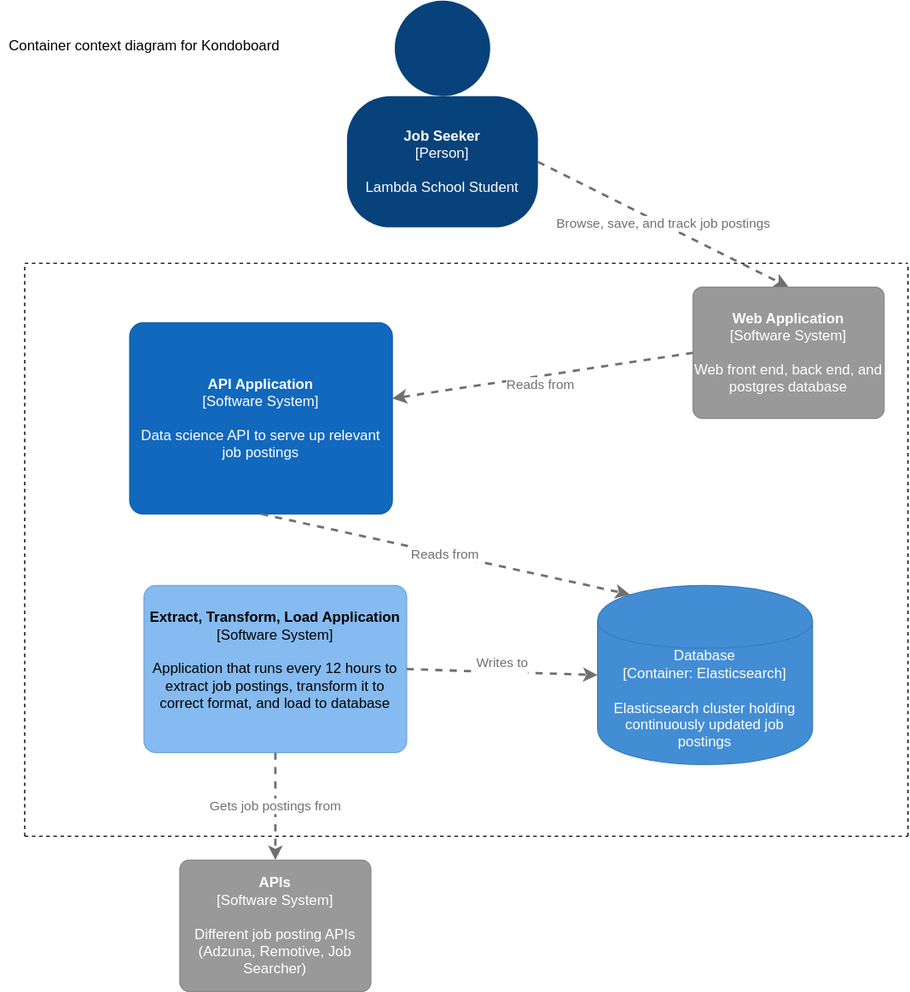
Above: diagrams/kondo_container.svg in BloomTech-Labs/kondoboard-ds (draw.io), before the change. Source tidied: cells renumbered, new cells last; positions are measured from the earlier drawing's top-left corner, leaving out a move shared by most shapes.
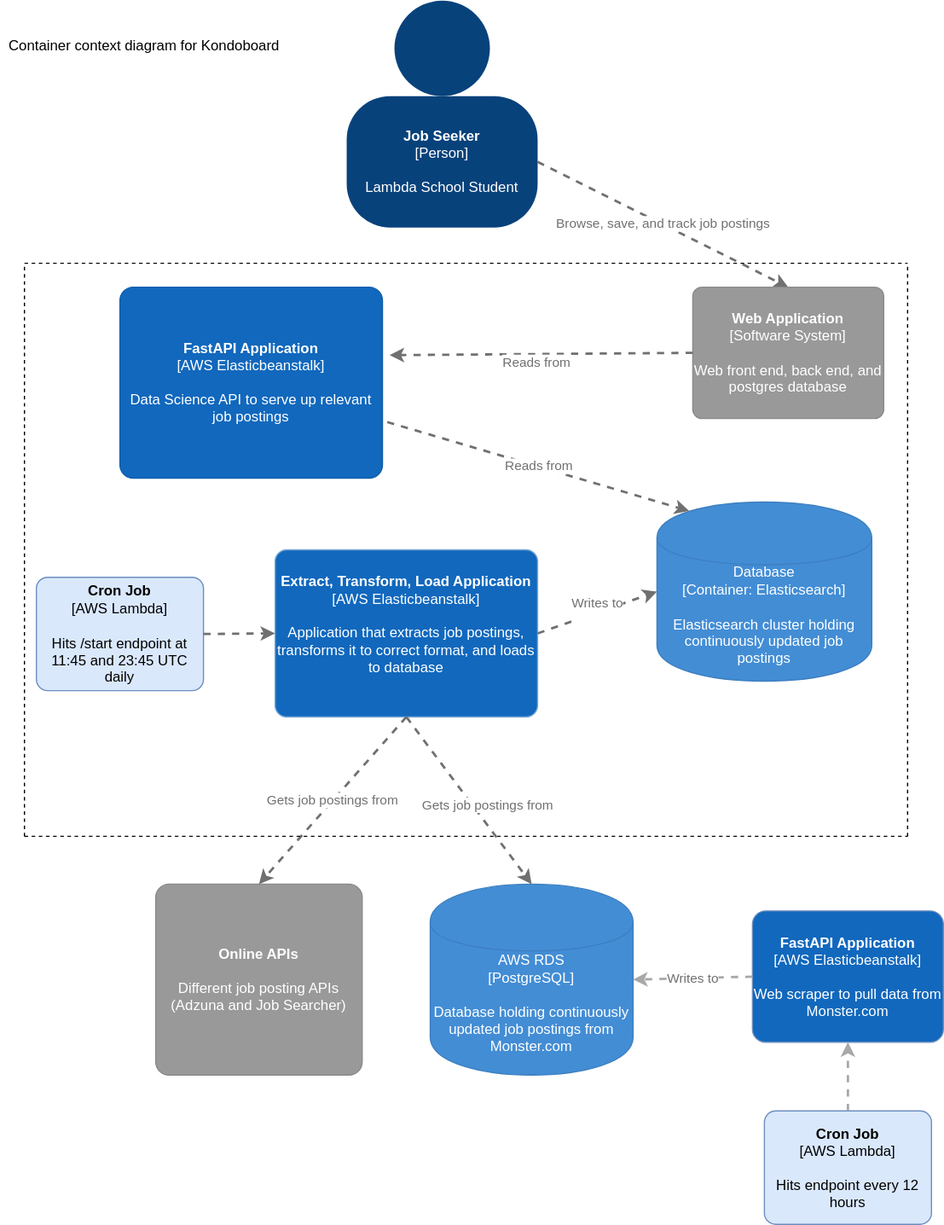
Above is the later version.

Commit message:
Updates diagrams to add cron jobs and monster scraper

Change to the diagram source:
```diff
@@ -21,33 +21,33 @@
         <mxGeometry x="580" y="240" width="160" height="110" as="geometry" />
       </mxCell>
     </object>
-    <mxCell id="7" value="&lt;div&gt;Reads from&lt;/div&gt;" style="edgeStyle=none;rounded=0;html=1;jettySize=auto;strokeColor=#707070;strokeWidth=2;fontColor=#707070;jumpStyle=none;dashed=1;exitX=0;exitY=0.5;exitDx=0;exitDy=0;" parent="1" edge="1" source="6" target="8">
+    <mxCell id="7" value="&lt;div&gt;Reads from&lt;/div&gt;" style="edgeStyle=none;rounded=0;html=1;jettySize=auto;strokeColor=#707070;strokeWidth=2;fontColor=#707070;jumpStyle=none;dashed=1;exitX=0;exitY=0.5;exitDx=0;exitDy=0;entryX=1.027;entryY=0.356;entryDx=0;entryDy=0;entryPerimeter=0;" parent="1" edge="1" source="6" target="8">
       <mxGeometry x="0.03" y="7" relative="1" as="geometry" />
     </mxCell>
-    <object id="8" label="&lt;b&gt;API Application&lt;br&gt;&lt;/b&gt;&lt;div&gt;[Software System]&lt;/div&gt;&lt;div&gt;&lt;br&gt;&lt;/div&gt;&lt;div&gt;Data science API to serve up relevant job postings&lt;br&gt;&lt;/div&gt;" c4Description="Description" c4Name="name" c4Type="SoftwareSystem" placeholders="1">
+    <object id="8" label="&lt;b&gt;FastAPI Application&lt;br&gt;&lt;/b&gt;&lt;div&gt;[AWS Elasticbeanstalk]&lt;/div&gt;&lt;div&gt;&lt;br&gt;&lt;/div&gt;&lt;div&gt;Data Science API to serve up relevant job postings&lt;br&gt;&lt;/div&gt;" c4Description="Description" c4Name="name" c4Type="SoftwareSystem" placeholders="1">
       <mxCell style="rounded=1;whiteSpace=wrap;html=1;labelBackgroundColor=none;fillColor=#1168bd;fontColor=#ffffff;align=center;arcSize=7;strokeColor=#0f5eaa;" parent="1" vertex="1">
-        <mxGeometry x="108" y="270" width="220" height="160" as="geometry" />
+        <mxGeometry x="100" y="240" width="220" height="160" as="geometry" />
       </mxCell>
     </object>
     <object id="9" label="&lt;span&gt;Database&lt;/span&gt;&lt;div&gt;[Container: Elasticsearch]&lt;/div&gt;&lt;div&gt;&lt;br&gt;&lt;/div&gt;Elasticsearch cluster holding continuously updated job postings" c4Description="Description" c4Technology="technology" c4Type="Database" placeholders="1">
       <mxCell style="shape=cylinder;whiteSpace=wrap;html=1;boundedLbl=1;rounded=0;labelBackgroundColor=none;fillColor=#438dd5;fontSize=12;fontColor=#ffffff;align=center;strokeColor=#3c7fc0;" parent="1" vertex="1">
-        <mxGeometry x="500" y="490" width="180" height="150" as="geometry" />
+        <mxGeometry x="550" y="420" width="180" height="150" as="geometry" />
       </mxCell>
     </object>
-    <mxCell id="10" value="&lt;div style=&quot;text-align: left&quot;&gt;&lt;div style=&quot;text-align: center&quot;&gt;Reads from&lt;/div&gt;&lt;/div&gt;" style="edgeStyle=none;rounded=0;html=1;entryX=0.15;entryY=0.05;jettySize=auto;strokeColor=#707070;strokeWidth=2;fontColor=#707070;jumpStyle=none;dashed=1;entryDx=0;entryDy=0;entryPerimeter=0;exitX=0.5;exitY=1;exitDx=0;exitDy=0;" parent="1" edge="1" source="8" target="9">
+    <mxCell id="10" value="&lt;div style=&quot;text-align: left&quot;&gt;&lt;div style=&quot;text-align: center&quot;&gt;Reads from&lt;/div&gt;&lt;/div&gt;" style="edgeStyle=none;rounded=0;html=1;entryX=0.15;entryY=0.05;jettySize=auto;strokeColor=#707070;strokeWidth=2;fontColor=#707070;jumpStyle=none;dashed=1;entryDx=0;entryDy=0;entryPerimeter=0;exitX=1.018;exitY=0.706;exitDx=0;exitDy=0;exitPerimeter=0;" parent="1" edge="1" source="8" target="9">
       <mxGeometry relative="1" as="geometry" />
     </mxCell>
-    <object id="11" label="&lt;div&gt;&lt;span&gt;&lt;b&gt;Extract, Transform, Load Application&lt;/b&gt;&lt;/span&gt;&lt;/div&gt;&lt;div&gt;&lt;span&gt;&lt;/span&gt;&lt;/div&gt;&lt;div&gt;[Software System]&lt;span&gt;&lt;/span&gt;&lt;span&gt;&lt;/span&gt;&lt;/div&gt;&lt;div&gt;&lt;br&gt;&lt;/div&gt;&lt;div&gt;Application that runs every 12 hours to extract job postings, transform it to correct format, and load to database&lt;br&gt;&lt;/div&gt;&lt;div&gt;&lt;br&gt;&lt;/div&gt;" c4Description="Description" c4Name="name" c4Technology="technology" c4Type="Component" placeholders="1">
-      <mxCell style="rounded=1;whiteSpace=wrap;html=1;labelBackgroundColor=none;fillColor=#85bbf0;fontColor=#000000;align=center;arcSize=7;strokeColor=#78a8d8;" parent="1" vertex="1">
-        <mxGeometry x="120" y="490" width="220" height="140" as="geometry" />
+    <object id="11" label="&lt;div&gt;&lt;font color=&quot;#FFFFFF&quot;&gt;&lt;span&gt;&lt;b&gt;Extract, Transform, Load Application&lt;/b&gt;&lt;/span&gt;&lt;/font&gt;&lt;/div&gt;&lt;div&gt;&lt;font color=&quot;#FFFFFF&quot;&gt;&lt;span&gt;&lt;/span&gt;&lt;/font&gt;&lt;/div&gt;&lt;div&gt;&lt;font color=&quot;#FFFFFF&quot;&gt;[AWS Elasticbeanstalk]&lt;span&gt;&lt;/span&gt;&lt;span&gt;&lt;/span&gt;&lt;/font&gt;&lt;/div&gt;&lt;div&gt;&lt;font color=&quot;#FFFFFF&quot;&gt;&lt;br&gt;&lt;/font&gt;&lt;/div&gt;&lt;div&gt;&lt;font color=&quot;#FFFFFF&quot;&gt;Application that extracts job postings, transforms it to correct format, and loads to database&lt;br&gt;&lt;/font&gt;&lt;/div&gt;&lt;div&gt;&lt;font color=&quot;#FFFFFF&quot;&gt;&lt;br&gt;&lt;/font&gt;&lt;/div&gt;" c4Description="Description" c4Name="name" c4Technology="technology" c4Type="Component" placeholders="1">
+      <mxCell style="rounded=1;whiteSpace=wrap;html=1;labelBackgroundColor=none;fillColor=#1168BD;fontColor=#000000;align=center;arcSize=7;strokeColor=#78a8d8;" parent="1" vertex="1">
+        <mxGeometry x="230" y="460" width="220" height="140" as="geometry" />
       </mxCell>
     </object>
     <mxCell id="12" value="&lt;div&gt;Writes to&lt;/div&gt;&lt;div&gt;&lt;br&gt;&lt;/div&gt;" style="edgeStyle=none;rounded=0;html=1;entryX=0;entryY=0.5;jettySize=auto;strokeColor=#707070;strokeWidth=2;fontColor=#707070;jumpStyle=none;dashed=1;entryDx=0;entryDy=0;exitX=1;exitY=0.5;exitDx=0;exitDy=0;" parent="1" edge="1" source="11" target="9">
       <mxGeometry relative="1" as="geometry" />
     </mxCell>
-    <object id="13" label="&lt;b&gt;APIs&lt;/b&gt;&lt;div&gt;[Software System]&lt;/div&gt;&lt;div&gt;&lt;br&gt;&lt;/div&gt;&lt;div&gt;Different job posting APIs&lt;/div&gt;&lt;div&gt;(Adzuna, Remotive, Job Searcher)&lt;br&gt;&lt;/div&gt;" c4Description="Description" c4Name="name" c4Type="SoftwareSystemDependency" placeholders="1">
+    <object id="13" label="&lt;b&gt;Online APIs&lt;/b&gt;&lt;div&gt;&lt;br&gt;&lt;/div&gt;&lt;div&gt;Different job posting APIs&lt;/div&gt;&lt;div&gt;(Adzuna and Job Searcher)&lt;br&gt;&lt;/div&gt;" c4Description="Description" c4Name="name" c4Type="SoftwareSystemDependency" placeholders="1">
       <mxCell style="rounded=1;whiteSpace=wrap;html=1;labelBackgroundColor=none;fillColor=#999999;fontColor=#ffffff;align=center;arcSize=7;strokeColor=#8a8a8a;" parent="1" vertex="1">
-        <mxGeometry x="150" y="720" width="160" height="110" as="geometry" />
+        <mxGeometry x="130" y="740" width="173" height="160" as="geometry" />
       </mxCell>
     </object>
     <mxCell id="14" value="&lt;div style=&quot;text-align: left&quot;&gt;&lt;div style=&quot;text-align: center&quot;&gt;Gets job postings from&lt;br&gt;&lt;/div&gt;&lt;/div&gt;" style="edgeStyle=none;rounded=0;html=1;entryX=0.5;entryY=0;jettySize=auto;strokeColor=#707070;strokeWidth=2;fontColor=#707070;jumpStyle=none;dashed=1;exitX=0.5;exitY=1;exitDx=0;exitDy=0;entryDx=0;entryDy=0;" parent="1" edge="1" source="11" target="13">
@@ -80,5 +80,29 @@
     <mxCell id="19" value="&lt;div&gt;Container context diagram for Kondoboard&lt;/div&gt;&lt;div&gt;&lt;br&gt;&lt;/div&gt;" style="text;html=1;align=center;verticalAlign=middle;" parent="1" vertex="1">
       <mxGeometry y="30" width="240" height="30" as="geometry" />
     </mxCell>
+    <mxCell id="20" value="&lt;font color=&quot;#FFFFFF&quot;&gt;&lt;span&gt;AWS RDS&lt;br&gt;&lt;/span&gt;&lt;/font&gt;&lt;div&gt;&lt;font color=&quot;#FFFFFF&quot;&gt;[PostgreSQL]&lt;/font&gt;&lt;/div&gt;&lt;font color=&quot;#FFFFFF&quot;&gt;&lt;br&gt;Database holding continuously updated job postings from Monster.com&lt;/font&gt;" style="shape=cylinder;whiteSpace=wrap;html=1;boundedLbl=1;rounded=0;labelBackgroundColor=none;fillColor=#438DD5;fontSize=12;fontColor=#000000;align=center;strokeColor=#3C7FC0;points=[[0.5,0,0],[1,0.25,0],[1,0.5,0],[1,0.75,0],[0.5,1,0],[0,0.75,0],[0,0.5,0],[0,0.25,0]];" parent="1" vertex="1">
+      <mxGeometry x="360" y="740" width="170" height="160" as="geometry" />
+    </mxCell>
+    <mxCell id="21" value="&lt;div style=&quot;text-align: left&quot;&gt;&lt;div style=&quot;text-align: center&quot;&gt;&lt;font color=&quot;#707070&quot;&gt;Gets job postings from&lt;br&gt;&lt;/font&gt;&lt;/div&gt;&lt;/div&gt;" style="edgeStyle=none;rounded=0;html=1;entryX=0.5;entryY=0;jettySize=auto;strokeColor=#707070;strokeWidth=2;fontColor=#000000;jumpStyle=none;dashed=1;exitX=0.5;exitY=1;exitDx=0;exitDy=0;entryDx=0;entryDy=0;entryPerimeter=0;" parent="1" edge="1" source="11" target="20">
+      <mxGeometry x="0.14" y="10" relative="1" as="geometry" />
+    </mxCell>
+    <mxCell id="22" value="&lt;font color=&quot;#FFFFFF&quot;&gt;&lt;b&gt;FastAPI Application&lt;br&gt;&lt;/b&gt;&lt;/font&gt;&lt;div&gt;&lt;font color=&quot;#FFFFFF&quot;&gt;[AWS Elasticbeanstalk]&lt;/font&gt;&lt;/div&gt;&lt;font color=&quot;#FFFFFF&quot;&gt;&lt;br&gt;&lt;/font&gt;&lt;div&gt;&lt;font color=&quot;#FFFFFF&quot;&gt;Web scraper to pull data from Monster.com&lt;br&gt;&lt;/font&gt;&lt;/div&gt;" style="rounded=1;whiteSpace=wrap;html=1;labelBackgroundColor=none;fillColor=#1168bd;fontColor=#000000;align=center;arcSize=10;strokeColor=#6c8ebf;points=[[0.25,0,0],[0.5,0,0],[0.75,0,0],[1,0.25,0],[1,0.5,0],[1,0.75,0],[0.75,1,0],[0.5,1,0],[0.25,1,0],[0,0.75,0],[0,0.5,0],[0,0.25,0]];" parent="1" vertex="1">
+      <mxGeometry x="630" y="762.5" width="160" height="110" as="geometry" />
+    </mxCell>
+    <mxCell id="23" value="&lt;div&gt;&lt;font color=&quot;#707070&quot;&gt;Writes to&lt;/font&gt;&lt;/div&gt;" style="edgeStyle=none;rounded=0;html=1;entryX=1;entryY=0.5;jettySize=auto;strokeColor=#A8A8A8;strokeWidth=2;fontColor=#000000;jumpStyle=none;dashed=1;exitX=0;exitY=0.5;exitDx=0;exitDy=0;exitPerimeter=0;entryDx=0;entryDy=0;entryPerimeter=0;" parent="1" edge="1" source="22" target="20">
+      <mxGeometry relative="1" as="geometry" />
+    </mxCell>
+    <mxCell id="24" value="&lt;span&gt;&lt;b&gt;Cron Job&lt;/b&gt;&lt;/span&gt;&lt;br&gt;&lt;div&gt;[AWS Lambda&lt;span&gt;&lt;/span&gt;&lt;span&gt;]&lt;/span&gt;&lt;/div&gt;&lt;br&gt;&lt;div&gt;Hits /start endpoint at 11:45 and 23:45 UTC daily&lt;/div&gt;" style="rounded=1;whiteSpace=wrap;html=1;labelBackgroundColor=none;fillColor=#dae8fc;fontColor=#000000;align=center;arcSize=10;strokeColor=#6c8ebf;points=[[0.25,0,0],[0.5,0,0],[0.75,0,0],[1,0.25,0],[1,0.5,0],[1,0.75,0],[0.75,1,0],[0.5,1,0],[0.25,1,0],[0,0.75,0],[0,0.5,0],[0,0.25,0]];" parent="1" vertex="1">
+      <mxGeometry x="30" y="483" width="140" height="95" as="geometry" />
+    </mxCell>
+    <mxCell id="25" value="&lt;span&gt;&lt;b&gt;Cron Job&lt;/b&gt;&lt;/span&gt;&lt;br&gt;&lt;div&gt;[AWS Lambda&lt;span&gt;&lt;/span&gt;&lt;span&gt;]&lt;/span&gt;&lt;/div&gt;&lt;br&gt;&lt;div&gt;Hits endpoint every 12 hours&lt;br&gt;&lt;/div&gt;" style="rounded=1;whiteSpace=wrap;html=1;labelBackgroundColor=none;fillColor=#dae8fc;fontColor=#000000;align=center;arcSize=10;strokeColor=#6c8ebf;points=[[0.25,0,0],[0.5,0,0],[0.75,0,0],[1,0.25,0],[1,0.5,0],[1,0.75,0],[0.75,1,0],[0.5,1,0],[0.25,1,0],[0,0.75,0],[0,0.5,0],[0,0.25,0]];" parent="1" vertex="1">
+      <mxGeometry x="640" y="930" width="140" height="95" as="geometry" />
+    </mxCell>
+    <mxCell id="26" style="edgeStyle=none;rounded=0;html=1;entryX=0.5;entryY=1;jettySize=auto;strokeColor=#A8A8A8;strokeWidth=2;fontColor=#000000;jumpStyle=none;dashed=1;exitX=0.5;exitY=0;exitDx=0;exitDy=0;exitPerimeter=0;entryDx=0;entryDy=0;entryPerimeter=0;" parent="1" edge="1" source="25" target="22">
+      <mxGeometry relative="1" as="geometry" />
+    </mxCell>
+    <mxCell id="27" style="edgeStyle=none;rounded=0;html=1;entryX=0;entryY=0.5;jettySize=auto;strokeColor=#707070;strokeWidth=2;fontColor=#000000;jumpStyle=none;dashed=1;exitX=1;exitY=0.5;exitDx=0;exitDy=0;exitPerimeter=0;entryDx=0;entryDy=0;" parent="1" edge="1" source="24" target="11">
+      <mxGeometry relative="1" as="geometry" />
+    </mxCell>
   </root>
 </mxGraphModel>
```
